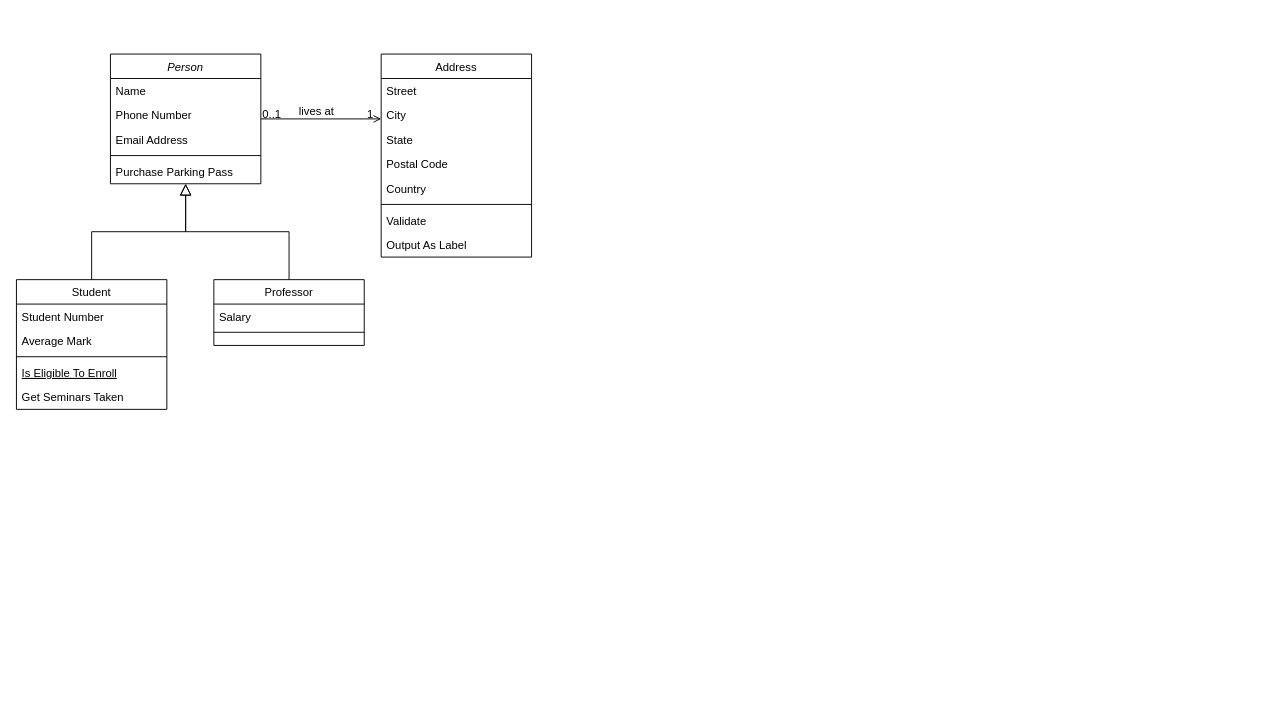
This is page "Page-1" (1 of 3) of Database System Design diagram/Class Diagram.drawio from HungBuii/creative_ideas_project_1, a draw.io file, before an edit. Source tidied: cells renumbered, new cells numbered last; positions are measured from the earlier drawing's top-left corner, leaving out a move shared by most shapes. Both pictures are drawn from the tidied source at 94%, with x=0, y=0 at pixel (16, 54).
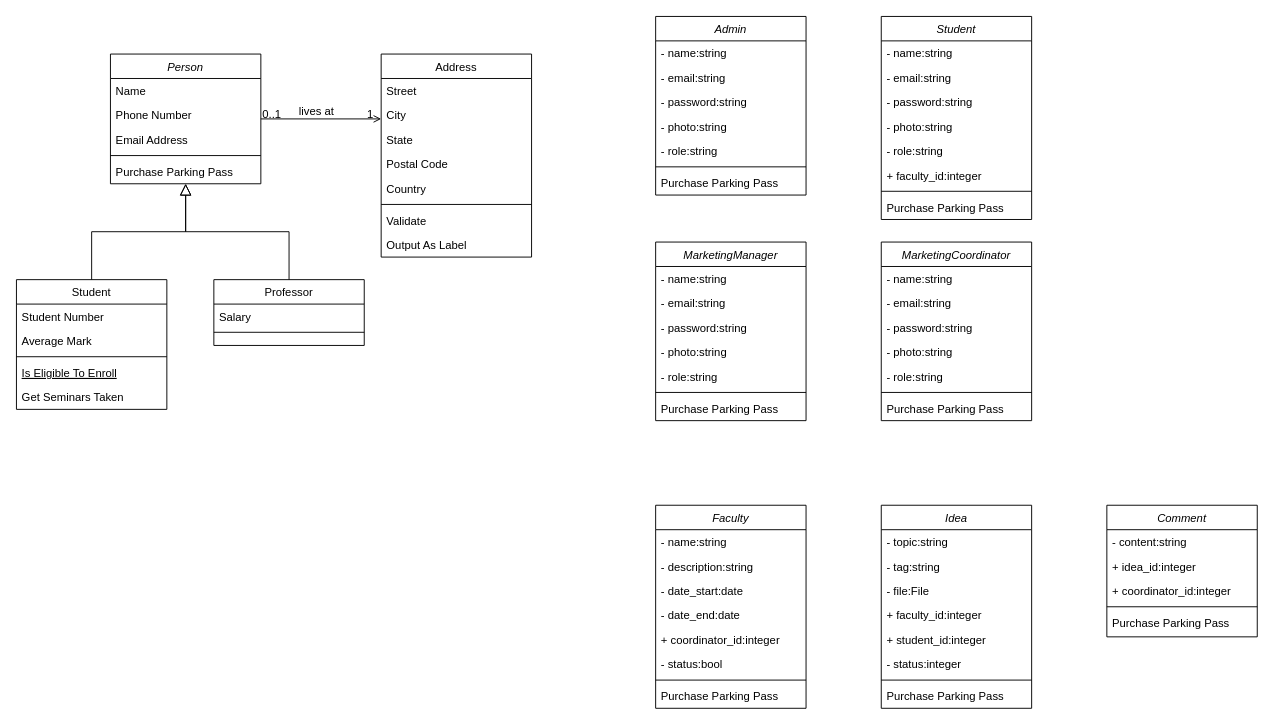
The same diagram, later.

What changed in the source:
```diff
@@
+    <mxCell id="32" value="Admin" style="swimlane;fontStyle=2;align=center;verticalAlign=top;horizontal=1;startSize=26;rounded=0;shadow=0;strokeWidth=1;" parent="1" vertex="1">
+      <mxGeometry x="680" y="-40" width="160" height="190" as="geometry" />
+    </mxCell>
+    <mxCell id="33" value="- name:string" style="text;align=left;verticalAlign=top;spacingLeft=4;spacingRight=4;overflow=hidden;" parent="32" vertex="1">
+      <mxGeometry y="26" width="160" height="26" as="geometry" />
+    </mxCell>
+    <mxCell id="34" value="- email:string" style="text;align=left;verticalAlign=top;spacingLeft=4;spacingRight=4;overflow=hidden;" parent="32" vertex="1">
+      <mxGeometry y="52" width="160" height="26" as="geometry" />
+    </mxCell>
+    <mxCell id="35" value="- password:string" style="text;align=left;verticalAlign=top;spacingLeft=4;spacingRight=4;overflow=hidden;" parent="32" vertex="1">
+      <mxGeometry y="78" width="160" height="26" as="geometry" />
+    </mxCell>
+    <mxCell id="36" value="- photo:string" style="text;align=left;verticalAlign=top;spacingLeft=4;spacingRight=4;overflow=hidden;" parent="32" vertex="1">
+      <mxGeometry y="104" width="160" height="26" as="geometry" />
+    </mxCell>
+    <mxCell id="37" value="- role:string" style="text;align=left;verticalAlign=top;spacingLeft=4;spacingRight=4;overflow=hidden;" parent="32" vertex="1">
+      <mxGeometry y="130" width="160" height="26" as="geometry" />
+    </mxCell>
+    <mxCell id="38" style="line;html=1;strokeWidth=1;align=left;verticalAlign=middle;spacingTop=-1;spacingLeft=3;spacingRight=3;labelPosition=right;" parent="32" vertex="1">
+      <mxGeometry y="156" width="160" height="8" as="geometry" />
+    </mxCell>
+    <mxCell id="39" value="Purchase Parking Pass" style="text;align=left;verticalAlign=top;spacingLeft=4;spacingRight=4;overflow=hidden;" parent="32" vertex="1">
+      <mxGeometry y="164" width="160" height="26" as="geometry" />
+    </mxCell>
+    <mxCell id="40" value="Student" style="swimlane;fontStyle=2;align=center;verticalAlign=top;horizontal=1;startSize=26;rounded=0;shadow=0;strokeWidth=1;" parent="1" vertex="1">
+      <mxGeometry x="920" y="-40" width="160" height="216" as="geometry" />
+    </mxCell>
+    <mxCell id="41" value="- name:string" style="text;align=left;verticalAlign=top;spacingLeft=4;spacingRight=4;overflow=hidden;" parent="40" vertex="1">
+      <mxGeometry y="26" width="160" height="26" as="geometry" />
+    </mxCell>
+    <mxCell id="42" value="- email:string" style="text;align=left;verticalAlign=top;spacingLeft=4;spacingRight=4;overflow=hidden;" parent="40" vertex="1">
+      <mxGeometry y="52" width="160" height="26" as="geometry" />
+    </mxCell>
+    <mxCell id="43" value="- password:string" style="text;align=left;verticalAlign=top;spacingLeft=4;spacingRight=4;overflow=hidden;" parent="40" vertex="1">
+      <mxGeometry y="78" width="160" height="26" as="geometry" />
+    </mxCell>
+    <mxCell id="44" value="- photo:string" style="text;align=left;verticalAlign=top;spacingLeft=4;spacingRight=4;overflow=hidden;" parent="40" vertex="1">
+      <mxGeometry y="104" width="160" height="26" as="geometry" />
+    </mxCell>
+    <mxCell id="45" value="- role:string" style="text;align=left;verticalAlign=top;spacingLeft=4;spacingRight=4;overflow=hidden;" parent="40" vertex="1">
+      <mxGeometry y="130" width="160" height="26" as="geometry" />
+    </mxCell>
+    <mxCell id="46" value="+ faculty_id:integer" style="text;align=left;verticalAlign=top;spacingLeft=4;spacingRight=4;overflow=hidden;" parent="40" vertex="1">
+      <mxGeometry y="156" width="160" height="26" as="geometry" />
+    </mxCell>
+    <mxCell id="47" style="line;html=1;strokeWidth=1;align=left;verticalAlign=middle;spacingTop=-1;spacingLeft=3;spacingRight=3;labelPosition=right;" parent="40" vertex="1">
+      <mxGeometry y="182" width="160" height="8" as="geometry" />
+    </mxCell>
+    <mxCell id="48" value="Purchase Parking Pass" style="text;align=left;verticalAlign=top;spacingLeft=4;spacingRight=4;overflow=hidden;" parent="40" vertex="1">
+      <mxGeometry y="190" width="160" height="26" as="geometry" />
+    </mxCell>
+    <mxCell id="49" value="MarketingManager" style="swimlane;fontStyle=2;align=center;verticalAlign=top;horizontal=1;startSize=26;rounded=0;shadow=0;strokeWidth=1;" parent="1" vertex="1">
+      <mxGeometry x="680" y="200" width="160" height="190" as="geometry" />
+    </mxCell>
+    <mxCell id="50" value="- name:string" style="text;align=left;verticalAlign=top;spacingLeft=4;spacingRight=4;overflow=hidden;" parent="49" vertex="1">
+      <mxGeometry y="26" width="160" height="26" as="geometry" />
+    </mxCell>
+    <mxCell id="51" value="- email:string" style="text;align=left;verticalAlign=top;spacingLeft=4;spacingRight=4;overflow=hidden;rounded=0;shadow=0;html=0;" parent="49" vertex="1">
+      <mxGeometry y="52" width="160" height="26" as="geometry" />
+    </mxCell>
+    <mxCell id="52" value="- password:string" style="text;align=left;verticalAlign=top;spacingLeft=4;spacingRight=4;overflow=hidden;rounded=0;shadow=0;html=0;" parent="49" vertex="1">
+      <mxGeometry y="78" width="160" height="26" as="geometry" />
+    </mxCell>
+    <mxCell id="53" value="- photo:string" style="text;align=left;verticalAlign=top;spacingLeft=4;spacingRight=4;overflow=hidden;rounded=0;shadow=0;html=0;" parent="49" vertex="1">
+      <mxGeometry y="104" width="160" height="26" as="geometry" />
+    </mxCell>
+    <mxCell id="54" value="- role:string" style="text;align=left;verticalAlign=top;spacingLeft=4;spacingRight=4;overflow=hidden;rounded=0;shadow=0;html=0;" parent="49" vertex="1">
+      <mxGeometry y="130" width="160" height="26" as="geometry" />
+    </mxCell>
+    <mxCell id="55" style="line;html=1;strokeWidth=1;align=left;verticalAlign=middle;spacingTop=-1;spacingLeft=3;spacingRight=3;labelPosition=right;" parent="49" vertex="1">
+      <mxGeometry y="156" width="160" height="8" as="geometry" />
+    </mxCell>
+    <mxCell id="56" value="Purchase Parking Pass" style="text;align=left;verticalAlign=top;spacingLeft=4;spacingRight=4;overflow=hidden;" parent="49" vertex="1">
+      <mxGeometry y="164" width="160" height="26" as="geometry" />
+    </mxCell>
+    <mxCell id="57" value="MarketingCoordinator" style="swimlane;fontStyle=2;align=center;verticalAlign=top;horizontal=1;startSize=26;rounded=0;shadow=0;strokeWidth=1;" parent="1" vertex="1">
+      <mxGeometry x="920" y="200" width="160" height="190" as="geometry" />
+    </mxCell>
+    <mxCell id="58" value="- name:string" style="text;align=left;verticalAlign=top;spacingLeft=4;spacingRight=4;overflow=hidden;" parent="57" vertex="1">
+      <mxGeometry y="26" width="160" height="26" as="geometry" />
+    </mxCell>
+    <mxCell id="59" value="- email:string" style="text;align=left;verticalAlign=top;spacingLeft=4;spacingRight=4;overflow=hidden;rounded=0;shadow=0;html=0;" parent="57" vertex="1">
+      <mxGeometry y="52" width="160" height="26" as="geometry" />
+    </mxCell>
+    <mxCell id="60" value="- password:string" style="text;align=left;verticalAlign=top;spacingLeft=4;spacingRight=4;overflow=hidden;rounded=0;shadow=0;html=0;" parent="57" vertex="1">
+      <mxGeometry y="78" width="160" height="26" as="geometry" />
+    </mxCell>
+    <mxCell id="61" value="- photo:string" style="text;align=left;verticalAlign=top;spacingLeft=4;spacingRight=4;overflow=hidden;rounded=0;shadow=0;html=0;" parent="57" vertex="1">
+      <mxGeometry y="104" width="160" height="26" as="geometry" />
+    </mxCell>
+    <mxCell id="62" value="- role:string" style="text;align=left;verticalAlign=top;spacingLeft=4;spacingRight=4;overflow=hidden;rounded=0;shadow=0;html=0;" parent="57" vertex="1">
+      <mxGeometry y="130" width="160" height="26" as="geometry" />
+    </mxCell>
+    <mxCell id="63" style="line;html=1;strokeWidth=1;align=left;verticalAlign=middle;spacingTop=-1;spacingLeft=3;spacingRight=3;labelPosition=right;" parent="57" vertex="1">
+      <mxGeometry y="156" width="160" height="8" as="geometry" />
+    </mxCell>
+    <mxCell id="64" value="Purchase Parking Pass" style="text;align=left;verticalAlign=top;spacingLeft=4;spacingRight=4;overflow=hidden;" parent="57" vertex="1">
+      <mxGeometry y="164" width="160" height="26" as="geometry" />
+    </mxCell>
+    <mxCell id="65" value="Faculty" style="swimlane;fontStyle=2;align=center;verticalAlign=top;horizontal=1;startSize=26;rounded=0;shadow=0;strokeWidth=1;" parent="1" vertex="1">
+      <mxGeometry x="680" y="480" width="160" height="216" as="geometry" />
+    </mxCell>
+    <mxCell id="66" value="- name:string" style="text;align=left;verticalAlign=top;spacingLeft=4;spacingRight=4;overflow=hidden;" parent="65" vertex="1">
+      <mxGeometry y="26" width="160" height="26" as="geometry" />
+    </mxCell>
+    <mxCell id="67" value="- description:string" style="text;align=left;verticalAlign=top;spacingLeft=4;spacingRight=4;overflow=hidden;rounded=0;shadow=0;html=0;" parent="65" vertex="1">
+      <mxGeometry y="52" width="160" height="26" as="geometry" />
+    </mxCell>
+    <mxCell id="68" value="- date_start:date" style="text;align=left;verticalAlign=top;spacingLeft=4;spacingRight=4;overflow=hidden;rounded=0;shadow=0;html=0;" parent="65" vertex="1">
+      <mxGeometry y="78" width="160" height="26" as="geometry" />
+    </mxCell>
+    <mxCell id="69" value="- date_end:date" style="text;align=left;verticalAlign=top;spacingLeft=4;spacingRight=4;overflow=hidden;rounded=0;shadow=0;html=0;" parent="65" vertex="1">
+      <mxGeometry y="104" width="160" height="26" as="geometry" />
+    </mxCell>
+    <mxCell id="70" value="+ coordinator_id:integer" style="text;align=left;verticalAlign=top;spacingLeft=4;spacingRight=4;overflow=hidden;rounded=0;shadow=0;html=0;" parent="65" vertex="1">
+      <mxGeometry y="130" width="160" height="26" as="geometry" />
+    </mxCell>
+    <mxCell id="71" value="- status:bool" style="text;align=left;verticalAlign=top;spacingLeft=4;spacingRight=4;overflow=hidden;rounded=0;shadow=0;html=0;" parent="65" vertex="1">
+      <mxGeometry y="156" width="160" height="26" as="geometry" />
+    </mxCell>
+    <mxCell id="72" style="line;html=1;strokeWidth=1;align=left;verticalAlign=middle;spacingTop=-1;spacingLeft=3;spacingRight=3;labelPosition=right;" parent="65" vertex="1">
+      <mxGeometry y="182" width="160" height="8" as="geometry" />
+    </mxCell>
+    <mxCell id="73" value="Purchase Parking Pass" style="text;align=left;verticalAlign=top;spacingLeft=4;spacingRight=4;overflow=hidden;" parent="65" vertex="1">
+      <mxGeometry y="190" width="160" height="26" as="geometry" />
+    </mxCell>
+    <mxCell id="74" value="Idea" style="swimlane;fontStyle=2;align=center;verticalAlign=top;horizontal=1;startSize=26;rounded=0;shadow=0;strokeWidth=1;" parent="1" vertex="1">
+      <mxGeometry x="920" y="480" width="160" height="216" as="geometry" />
+    </mxCell>
+    <mxCell id="75" value="- topic:string" style="text;align=left;verticalAlign=top;spacingLeft=4;spacingRight=4;overflow=hidden;" parent="74" vertex="1">
+      <mxGeometry y="26" width="160" height="26" as="geometry" />
+    </mxCell>
+    <mxCell id="76" value="- tag:string" style="text;align=left;verticalAlign=top;spacingLeft=4;spacingRight=4;overflow=hidden;rounded=0;shadow=0;html=0;" parent="74" vertex="1">
+      <mxGeometry y="52" width="160" height="26" as="geometry" />
+    </mxCell>
+    <mxCell id="77" value="- file:File" style="text;align=left;verticalAlign=top;spacingLeft=4;spacingRight=4;overflow=hidden;rounded=0;shadow=0;html=0;" parent="74" vertex="1">
+      <mxGeometry y="78" width="160" height="26" as="geometry" />
+    </mxCell>
+    <mxCell id="78" value="+ faculty_id:integer" style="text;align=left;verticalAlign=top;spacingLeft=4;spacingRight=4;overflow=hidden;rounded=0;shadow=0;html=0;" parent="74" vertex="1">
+      <mxGeometry y="104" width="160" height="26" as="geometry" />
+    </mxCell>
+    <mxCell id="79" value="+ student_id:integer" style="text;align=left;verticalAlign=top;spacingLeft=4;spacingRight=4;overflow=hidden;rounded=0;shadow=0;html=0;" parent="74" vertex="1">
+      <mxGeometry y="130" width="160" height="26" as="geometry" />
+    </mxCell>
+    <mxCell id="80" value="- status:integer" style="text;align=left;verticalAlign=top;spacingLeft=4;spacingRight=4;overflow=hidden;rounded=0;shadow=0;html=0;" parent="74" vertex="1">
+      <mxGeometry y="156" width="160" height="26" as="geometry" />
+    </mxCell>
+    <mxCell id="81" style="line;html=1;strokeWidth=1;align=left;verticalAlign=middle;spacingTop=-1;spacingLeft=3;spacingRight=3;labelPosition=right;" parent="74" vertex="1">
+      <mxGeometry y="182" width="160" height="8" as="geometry" />
+    </mxCell>
+    <mxCell id="82" value="Purchase Parking Pass" style="text;align=left;verticalAlign=top;spacingLeft=4;spacingRight=4;overflow=hidden;" parent="74" vertex="1">
+      <mxGeometry y="190" width="160" height="26" as="geometry" />
+    </mxCell>
+    <mxCell id="83" value="Comment" style="swimlane;fontStyle=2;align=center;verticalAlign=top;horizontal=1;startSize=26;rounded=0;shadow=0;strokeWidth=1;" parent="1" vertex="1">
+      <mxGeometry x="1160" y="480" width="160" height="140" as="geometry" />
+    </mxCell>
+    <mxCell id="84" value="- content:string" style="text;align=left;verticalAlign=top;spacingLeft=4;spacingRight=4;overflow=hidden;" parent="83" vertex="1">
+      <mxGeometry y="26" width="160" height="26" as="geometry" />
+    </mxCell>
+    <mxCell id="85" value="+ idea_id:integer" style="text;align=left;verticalAlign=top;spacingLeft=4;spacingRight=4;overflow=hidden;rounded=0;shadow=0;html=0;" parent="83" vertex="1">
+      <mxGeometry y="52" width="160" height="26" as="geometry" />
+    </mxCell>
+    <mxCell id="86" value="+ coordinator_id:integer" style="text;align=left;verticalAlign=top;spacingLeft=4;spacingRight=4;overflow=hidden;rounded=0;shadow=0;html=0;" parent="83" vertex="1">
+      <mxGeometry y="78" width="160" height="26" as="geometry" />
+    </mxCell>
+    <mxCell id="87" style="line;html=1;strokeWidth=1;align=left;verticalAlign=middle;spacingTop=-1;spacingLeft=3;spacingRight=3;labelPosition=right;" parent="83" vertex="1">
+      <mxGeometry y="104" width="160" height="8" as="geometry" />
+    </mxCell>
+    <mxCell id="88" value="Purchase Parking Pass" style="text;align=left;verticalAlign=top;spacingLeft=4;spacingRight=4;overflow=hidden;" parent="83" vertex="1">
+      <mxGeometry y="112" width="160" height="26" as="geometry" />
+    </mxCell>
```
